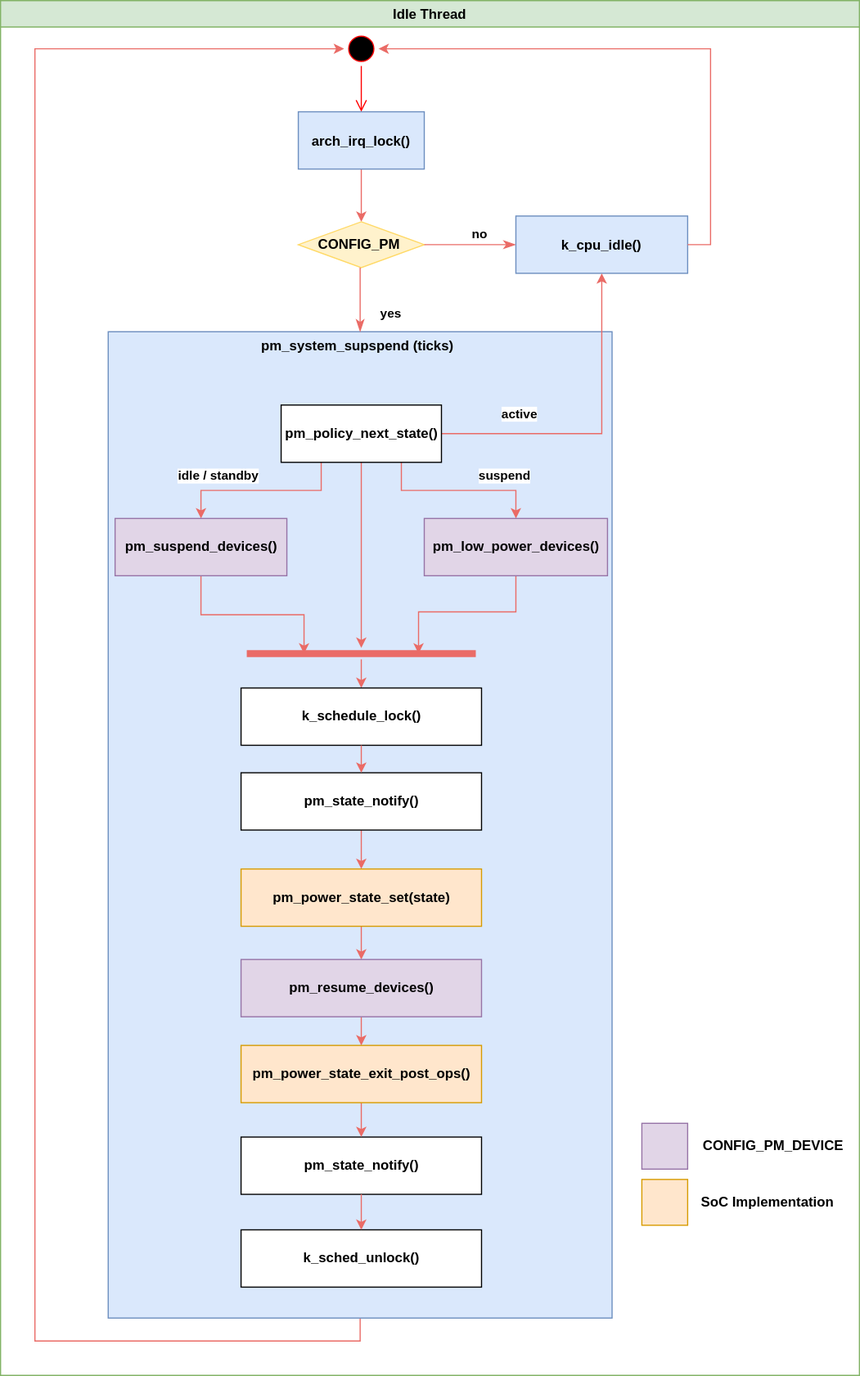
Before: doc/reference/power_management/system-pm.svg, a diagram exported from draw.io (phytec/zephyr-phytec). Source tidied: cells renumbered, new cells last; positions are measured from the earlier drawing's top-left corner, leaving out a move shared by most shapes. Its diagram source:
```xml
<mxGraphModel background="#ffffff">
  <root>
    <mxCell id="0" />
    <mxCell id="1" parent="0" />
    <mxCell id="2" value="Idle Thread" style="swimlane;whiteSpace=wrap;swimlaneLine=1;glass=0;rounded=0;sketch=0;fillColor=#d5e8d4;strokeColor=#82b366;" parent="1" vertex="1">
      <mxGeometry width="750" height="1200" as="geometry" />
    </mxCell>
    <mxCell id="3" style="ellipse;shape=startState;fillColor=#000000;strokeColor=#ff0000;" parent="2" vertex="1">
      <mxGeometry x="300" y="27" width="30" height="30" as="geometry" />
    </mxCell>
    <mxCell id="4" style="edgeStyle=elbowEdgeStyle;elbow=horizontal;verticalAlign=bottom;endArrow=open;endSize=8;strokeColor=#FF0000;endFill=1;rounded=0;fontStyle=1;" parent="2" edge="1" source="3" target="6">
      <mxGeometry as="geometry" />
    </mxCell>
    <mxCell id="5" style="edgeStyle=orthogonalEdgeStyle;rounded=0;jettySize=auto;html=1;strokeColor=#EA6B66;fontStyle=1;" parent="2" edge="1" source="6" target="9">
      <mxGeometry relative="1" as="geometry" />
    </mxCell>
    <mxCell id="6" value="arch_irq_lock()" style="fillColor=#dae8fc;strokeColor=#6c8ebf;fontStyle=1;" parent="2" vertex="1">
      <mxGeometry x="260" y="97" width="110" height="50" as="geometry" />
    </mxCell>
    <mxCell id="7" style="edgeStyle=orthogonalEdgeStyle;rounded=0;jettySize=auto;html=1;exitX=0.5;exitY=1;exitDx=0;exitDy=0;entryX=0;entryY=0.5;entryDx=0;entryDy=0;strokeColor=#EA6B66;" parent="2" edge="1" source="8" target="3">
      <mxGeometry relative="1" as="geometry">
        <Array as="points">
          <mxPoint x="314" y="1170" />
          <mxPoint x="30" y="1170" />
          <mxPoint x="30" y="42" />
        </Array>
      </mxGeometry>
    </mxCell>
    <mxCell id="8" value="pm_system_supspend (ticks)" style="movableLabel=1;fillColor=#dae8fc;strokeColor=#6c8ebf;fontStyle=1;" parent="2" vertex="1">
      <mxGeometry x="94" y="289" width="440" height="861" as="geometry">
        <mxPoint x="-2" y="-419" as="offset" />
      </mxGeometry>
    </mxCell>
    <mxCell id="9" value="CONFIG_PM&amp;nbsp;" style="rhombus;whiteSpace=wrap;html=1;fillColor=#fff2cc;fontStyle=1;strokeColor=#FFD966;" parent="2" vertex="1">
      <mxGeometry x="260" y="193" width="110" height="40" as="geometry" />
    </mxCell>
    <mxCell id="10" value="no" style="edgeStyle=orthogonalEdgeStyle;html=1;align=left;verticalAlign=bottom;endArrow=classicThin;endSize=8;entryX=0;entryY=0.5;entryDx=0;entryDy=0;strokeColor=#EA6B66;fontStyle=1;endFill=1;" parent="2" edge="1" source="9" target="12">
      <mxGeometry relative="1" as="geometry" />
    </mxCell>
    <mxCell id="11" value="yes" style="edgeStyle=orthogonalEdgeStyle;html=1;align=left;verticalAlign=top;endArrow=classicThin;endSize=8;strokeColor=#EA6B66;fontStyle=1;endFill=1;" parent="2" edge="1" target="8">
      <mxGeometry x="-0.04" y="16" relative="1" as="geometry">
        <mxPoint x="314" y="233" as="sourcePoint" />
      </mxGeometry>
    </mxCell>
    <mxCell id="12" value="k_cpu_idle()" style="fillColor=#dae8fc;strokeColor=#6c8ebf;fontStyle=1;" parent="2" vertex="1">
      <mxGeometry x="450" y="188" width="150" height="50" as="geometry" />
    </mxCell>
    <mxCell id="13" style="edgeStyle=orthogonalEdgeStyle;rounded=0;jettySize=auto;html=1;exitX=1;exitY=0.5;exitDx=0;exitDy=0;strokeColor=#EA6B66;entryX=1;entryY=0.5;entryDx=0;entryDy=0;fontStyle=1;" parent="2" edge="1" source="12" target="3">
      <mxGeometry relative="1" as="geometry" />
    </mxCell>
    <mxCell id="14" style="edgeStyle=orthogonalEdgeStyle;rounded=0;jettySize=auto;html=1;exitX=1;exitY=0.5;exitDx=0;exitDy=0;entryX=0.5;entryY=1;entryDx=0;entryDy=0;strokeColor=#EA6B66;fontStyle=1;" parent="2" edge="1" source="21" target="12">
      <mxGeometry relative="1" as="geometry" />
    </mxCell>
    <mxCell id="15" value="active" style="edgeLabel;html=1;align=center;verticalAlign=middle;fontStyle=1;" parent="14" vertex="1">
      <mxGeometry x="-0.86" y="-2" relative="1" as="geometry">
        <mxPoint x="47" y="-20" as="offset" />
      </mxGeometry>
    </mxCell>
    <mxCell id="16" style="edgeStyle=orthogonalEdgeStyle;rounded=0;jettySize=auto;html=1;exitX=0.25;exitY=1;exitDx=0;exitDy=0;entryX=0.5;entryY=0;entryDx=0;entryDy=0;strokeColor=#EA6B66;fontStyle=1;" parent="2" edge="1" source="21" target="25">
      <mxGeometry relative="1" as="geometry" />
    </mxCell>
    <mxCell id="17" value="idle / standby" style="edgeLabel;html=1;align=center;verticalAlign=middle;fontStyle=1;" parent="16" vertex="1">
      <mxGeometry x="0.25" relative="1" as="geometry">
        <mxPoint x="-19" y="-13" as="offset" />
      </mxGeometry>
    </mxCell>
    <mxCell id="18" style="edgeStyle=orthogonalEdgeStyle;rounded=0;jettySize=auto;html=1;exitX=0.75;exitY=1;exitDx=0;exitDy=0;strokeColor=#EA6B66;fontStyle=1;" parent="2" edge="1" source="21" target="23">
      <mxGeometry relative="1" as="geometry" />
    </mxCell>
    <mxCell id="19" value="suspend" style="edgeLabel;html=1;align=center;verticalAlign=middle;fontStyle=1;" parent="18" vertex="1">
      <mxGeometry x="0.14" y="-1" relative="1" as="geometry">
        <mxPoint x="29" y="-14" as="offset" />
      </mxGeometry>
    </mxCell>
    <mxCell id="20" style="edgeStyle=orthogonalEdgeStyle;rounded=0;jettySize=auto;html=1;exitX=0.5;exitY=1;exitDx=0;exitDy=0;entryX=0.5;entryY=0;entryDx=0;entryDy=0;entryPerimeter=0;strokeColor=#EA6B66;fontStyle=1;" parent="2" edge="1" source="21" target="27">
      <mxGeometry relative="1" as="geometry" />
    </mxCell>
    <mxCell id="21" value="pm_policy_next_state()" style="html=1;fontStyle=1;" parent="2" vertex="1">
      <mxGeometry x="245" y="353" width="140" height="50" as="geometry" />
    </mxCell>
    <mxCell id="22" style="edgeStyle=orthogonalEdgeStyle;rounded=0;jettySize=auto;html=1;exitX=0.5;exitY=1;exitDx=0;exitDy=0;entryX=0.75;entryY=0.5;entryDx=0;entryDy=0;entryPerimeter=0;strokeColor=#EA6B66;fontStyle=1;" parent="2" edge="1" source="23" target="27">
      <mxGeometry relative="1" as="geometry" />
    </mxCell>
    <mxCell id="23" value="pm_low_power_devices()" style="html=1;fillColor=#e1d5e7;strokeColor=#9673a6;fontStyle=1;" parent="2" vertex="1">
      <mxGeometry x="370" y="452" width="160" height="50" as="geometry" />
    </mxCell>
    <mxCell id="24" style="edgeStyle=orthogonalEdgeStyle;rounded=0;jettySize=auto;html=1;exitX=0.5;exitY=1;exitDx=0;exitDy=0;strokeColor=#EA6B66;fontStyle=1;" parent="2" edge="1" source="25">
      <mxGeometry relative="1" as="geometry">
        <mxPoint x="265" y="570" as="targetPoint" />
      </mxGeometry>
    </mxCell>
    <mxCell id="25" value="pm_suspend_devices()" style="html=1;fillColor=#e1d5e7;strokeColor=#9673a6;fontStyle=1;" parent="2" vertex="1">
      <mxGeometry x="100" y="452" width="150" height="50" as="geometry" />
    </mxCell>
    <mxCell id="26" style="edgeStyle=orthogonalEdgeStyle;rounded=0;jettySize=auto;html=1;strokeColor=#EA6B66;fontStyle=1;" parent="2" edge="1" source="27" target="28">
      <mxGeometry relative="1" as="geometry" />
    </mxCell>
    <mxCell id="27" style="shape=line;html=1;strokeWidth=6;strokeColor=#EA6B66;fontStyle=1;" parent="2" vertex="1">
      <mxGeometry x="215" y="565" width="200" height="10" as="geometry" />
    </mxCell>
    <mxCell id="28" value="k_schedule_lock()" style="html=1;fontStyle=1;" parent="2" vertex="1">
      <mxGeometry x="210" y="600" width="210" height="50" as="geometry" />
    </mxCell>
    <mxCell id="29" value="pm_state_notify()" style="html=1;fontStyle=1;" parent="2" vertex="1">
      <mxGeometry x="210" y="992" width="210" height="50" as="geometry" />
    </mxCell>
    <mxCell id="30" style="rounded=0;whiteSpace=wrap;html=1;glass=0;sketch=0;strokeColor=#9673a6;fillColor=#e1d5e7;" parent="2" vertex="1">
      <mxGeometry x="560" y="980" width="40" height="40" as="geometry" />
    </mxCell>
    <mxCell id="31" value="&lt;b&gt;CONFIG_PM_DEVICE&lt;/b&gt;" style="text;html=1;strokeColor=none;fillColor=none;align=center;verticalAlign=middle;whiteSpace=wrap;rounded=0;glass=0;sketch=0;" parent="2" vertex="1">
      <mxGeometry x="660" y="990" width="30" height="20" as="geometry" />
    </mxCell>
    <mxCell id="32" style="rounded=0;whiteSpace=wrap;html=1;glass=0;sketch=0;strokeColor=#d79b00;fillColor=#ffe6cc;" parent="2" vertex="1">
      <mxGeometry x="560" y="1029" width="40" height="40" as="geometry" />
    </mxCell>
    <mxCell id="33" value="&lt;b&gt;SoC Implementation&lt;/b&gt;" style="text;html=1;strokeColor=none;fillColor=none;align=center;verticalAlign=middle;whiteSpace=wrap;rounded=0;glass=0;sketch=0;" parent="2" vertex="1">
      <mxGeometry x="600" y="1039" width="140" height="20" as="geometry" />
    </mxCell>
    <mxCell id="34" style="edgeStyle=orthogonalEdgeStyle;rounded=0;jettySize=auto;html=1;strokeColor=#EA6B66;fontStyle=1;" parent="1" edge="1" source="35" target="38">
      <mxGeometry relative="1" as="geometry" />
    </mxCell>
    <mxCell id="35" value="pm_state_notify()" style="html=1;fontStyle=1;" parent="1" vertex="1">
      <mxGeometry x="210" y="674" width="210" height="50" as="geometry" />
    </mxCell>
    <mxCell id="36" style="edgeStyle=orthogonalEdgeStyle;rounded=0;jettySize=auto;html=1;strokeColor=#EA6B66;fontStyle=1;" parent="1" edge="1" source="28" target="35">
      <mxGeometry relative="1" as="geometry" />
    </mxCell>
    <mxCell id="37" style="edgeStyle=orthogonalEdgeStyle;rounded=0;jettySize=auto;html=1;strokeColor=#EA6B66;fontStyle=1;" parent="1" edge="1" source="38" target="40">
      <mxGeometry relative="1" as="geometry" />
    </mxCell>
    <mxCell id="38" value="pm_power_state_set(state)" style="html=1;fillColor=#ffe6cc;strokeColor=#d79b00;fontStyle=1;" parent="1" vertex="1">
      <mxGeometry x="210" y="758" width="210" height="50" as="geometry" />
    </mxCell>
    <mxCell id="39" style="edgeStyle=orthogonalEdgeStyle;rounded=0;jettySize=auto;html=1;strokeColor=#EA6B66;fontStyle=1;" parent="1" edge="1" source="40" target="42">
      <mxGeometry relative="1" as="geometry" />
    </mxCell>
    <mxCell id="40" value="pm_resume_devices()" style="html=1;fillColor=#e1d5e7;strokeColor=#9673a6;fontStyle=1;" parent="1" vertex="1">
      <mxGeometry x="210" y="837" width="210" height="50" as="geometry" />
    </mxCell>
    <mxCell id="41" style="edgeStyle=orthogonalEdgeStyle;rounded=0;jettySize=auto;html=1;strokeColor=#EA6B66;fontStyle=1;" parent="1" edge="1" source="42" target="29">
      <mxGeometry relative="1" as="geometry" />
    </mxCell>
    <mxCell id="42" value="pm_power_state_exit_post_ops()" style="html=1;fillColor=#ffe6cc;strokeColor=#d79b00;fontStyle=1;" parent="1" vertex="1">
      <mxGeometry x="210" y="912" width="210" height="50" as="geometry" />
    </mxCell>
    <mxCell id="43" value="k_sched_unlock()" style="html=1;fontStyle=1;" parent="1" vertex="1">
      <mxGeometry x="210" y="1073" width="210" height="50" as="geometry" />
    </mxCell>
    <mxCell id="44" style="edgeStyle=orthogonalEdgeStyle;rounded=0;jettySize=auto;html=1;strokeColor=#EA6B66;fontStyle=1;" parent="1" edge="1" source="29" target="43">
      <mxGeometry relative="1" as="geometry" />
    </mxCell>
  </root>
</mxGraphModel>
```
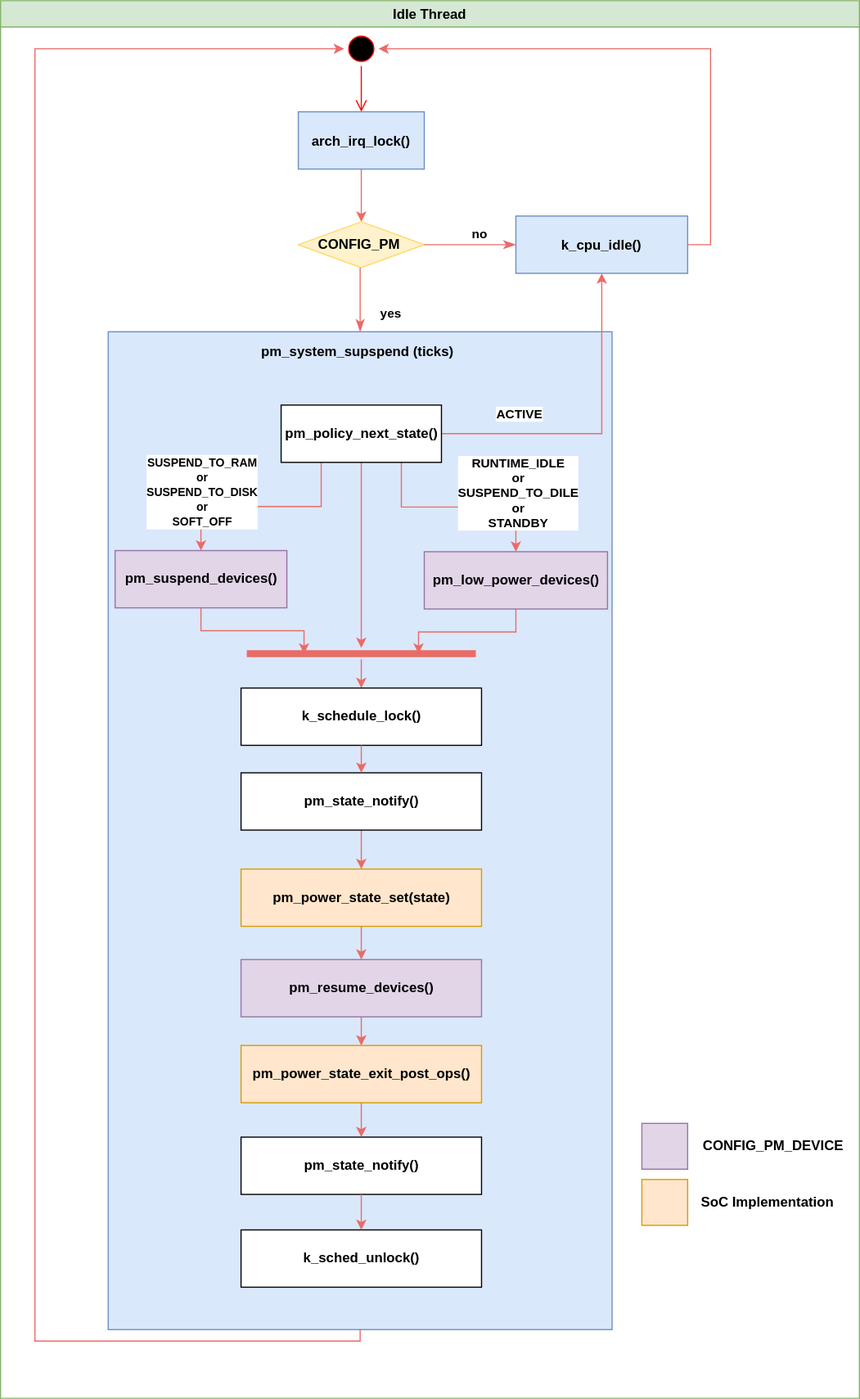
After the change.

Commit message:
docs: pm: Fix system pm diagram

The device pm actions (low_power or suspend) were switched. Also,
added SOFT_OFF to the suspend action.

Diff of the diagram source:
```diff
@@ -3,7 +3,7 @@
     <mxCell id="0" />
     <mxCell id="1" parent="0" />
     <mxCell id="2" value="Idle Thread" style="swimlane;whiteSpace=wrap;swimlaneLine=1;glass=0;rounded=0;sketch=0;fillColor=#d5e8d4;strokeColor=#82b366;" parent="1" vertex="1">
-      <mxGeometry width="750" height="1200" as="geometry" />
+      <mxGeometry width="750" height="1220" as="geometry" />
     </mxCell>
     <mxCell id="3" style="ellipse;shape=startState;fillColor=#000000;strokeColor=#ff0000;" parent="2" vertex="1">
       <mxGeometry x="300" y="27" width="30" height="30" as="geometry" />
@@ -27,7 +27,7 @@
       </mxGeometry>
     </mxCell>
     <mxCell id="8" value="pm_system_supspend (ticks)" style="movableLabel=1;fillColor=#dae8fc;strokeColor=#6c8ebf;fontStyle=1;" parent="2" vertex="1">
-      <mxGeometry x="94" y="289" width="440" height="861" as="geometry">
+      <mxGeometry x="94" y="289" width="440" height="871" as="geometry">
         <mxPoint x="-2" y="-419" as="offset" />
       </mxGeometry>
     </mxCell>
@@ -51,7 +51,7 @@
     <mxCell id="14" style="edgeStyle=orthogonalEdgeStyle;rounded=0;jettySize=auto;html=1;exitX=1;exitY=0.5;exitDx=0;exitDy=0;entryX=0.5;entryY=1;entryDx=0;entryDy=0;strokeColor=#EA6B66;fontStyle=1;" parent="2" edge="1" source="21" target="12">
       <mxGeometry relative="1" as="geometry" />
     </mxCell>
-    <mxCell id="15" value="active" style="edgeLabel;html=1;align=center;verticalAlign=middle;fontStyle=1;" parent="14" vertex="1">
+    <mxCell id="15" value="ACTIVE" style="edgeLabel;html=1;align=center;verticalAlign=middle;fontStyle=1;" parent="14" vertex="1">
       <mxGeometry x="-0.86" y="-2" relative="1" as="geometry">
         <mxPoint x="47" y="-20" as="offset" />
       </mxGeometry>
@@ -59,17 +59,17 @@
     <mxCell id="16" style="edgeStyle=orthogonalEdgeStyle;rounded=0;jettySize=auto;html=1;exitX=0.25;exitY=1;exitDx=0;exitDy=0;entryX=0.5;entryY=0;entryDx=0;entryDy=0;strokeColor=#EA6B66;fontStyle=1;" parent="2" edge="1" source="21" target="25">
       <mxGeometry relative="1" as="geometry" />
     </mxCell>
-    <mxCell id="17" value="idle / standby" style="edgeLabel;html=1;align=center;verticalAlign=middle;fontStyle=1;" parent="16" vertex="1">
+    <mxCell id="17" value="&lt;span style=&quot;font-size: 10px&quot;&gt;SUSPEND_TO_RAM&lt;br&gt;or&lt;br&gt;SUSPEND_TO_DISK&lt;br&gt;or&lt;br&gt;SOFT_OFF&lt;/span&gt;" style="edgeLabel;html=1;align=center;verticalAlign=middle;fontStyle=1;" parent="16" vertex="1">
       <mxGeometry x="0.25" relative="1" as="geometry">
-        <mxPoint x="-19" y="-13" as="offset" />
+        <mxPoint x="-30" y="-13" as="offset" />
       </mxGeometry>
     </mxCell>
     <mxCell id="18" style="edgeStyle=orthogonalEdgeStyle;rounded=0;jettySize=auto;html=1;exitX=0.75;exitY=1;exitDx=0;exitDy=0;strokeColor=#EA6B66;fontStyle=1;" parent="2" edge="1" source="21" target="23">
       <mxGeometry relative="1" as="geometry" />
     </mxCell>
-    <mxCell id="19" value="suspend" style="edgeLabel;html=1;align=center;verticalAlign=middle;fontStyle=1;" parent="18" vertex="1">
+    <mxCell id="19" value="RUNTIME_IDLE&lt;br&gt;or&lt;br&gt;SUSPEND_TO_DILE&lt;br&gt;or&lt;br&gt;STANDBY" style="edgeLabel;html=1;align=center;verticalAlign=middle;fontStyle=1;" parent="18" vertex="1">
       <mxGeometry x="0.14" y="-1" relative="1" as="geometry">
-        <mxPoint x="29" y="-14" as="offset" />
+        <mxPoint x="38" y="-14" as="offset" />
       </mxGeometry>
     </mxCell>
     <mxCell id="20" style="edgeStyle=orthogonalEdgeStyle;rounded=0;jettySize=auto;html=1;exitX=0.5;exitY=1;exitDx=0;exitDy=0;entryX=0.5;entryY=0;entryDx=0;entryDy=0;entryPerimeter=0;strokeColor=#EA6B66;fontStyle=1;" parent="2" edge="1" source="21" target="27">
@@ -82,7 +82,7 @@
       <mxGeometry relative="1" as="geometry" />
     </mxCell>
     <mxCell id="23" value="pm_low_power_devices()" style="html=1;fillColor=#e1d5e7;strokeColor=#9673a6;fontStyle=1;" parent="2" vertex="1">
-      <mxGeometry x="370" y="452" width="160" height="50" as="geometry" />
+      <mxGeometry x="370" y="481" width="160" height="50" as="geometry" />
     </mxCell>
     <mxCell id="24" style="edgeStyle=orthogonalEdgeStyle;rounded=0;jettySize=auto;html=1;exitX=0.5;exitY=1;exitDx=0;exitDy=0;strokeColor=#EA6B66;fontStyle=1;" parent="2" edge="1" source="25">
       <mxGeometry relative="1" as="geometry">
@@ -90,7 +90,7 @@
       </mxGeometry>
     </mxCell>
     <mxCell id="25" value="pm_suspend_devices()" style="html=1;fillColor=#e1d5e7;strokeColor=#9673a6;fontStyle=1;" parent="2" vertex="1">
-      <mxGeometry x="100" y="452" width="150" height="50" as="geometry" />
+      <mxGeometry x="100" y="480" width="150" height="50" as="geometry" />
     </mxCell>
     <mxCell id="26" style="edgeStyle=orthogonalEdgeStyle;rounded=0;jettySize=auto;html=1;strokeColor=#EA6B66;fontStyle=1;" parent="2" edge="1" source="27" target="28">
       <mxGeometry relative="1" as="geometry" />
```
